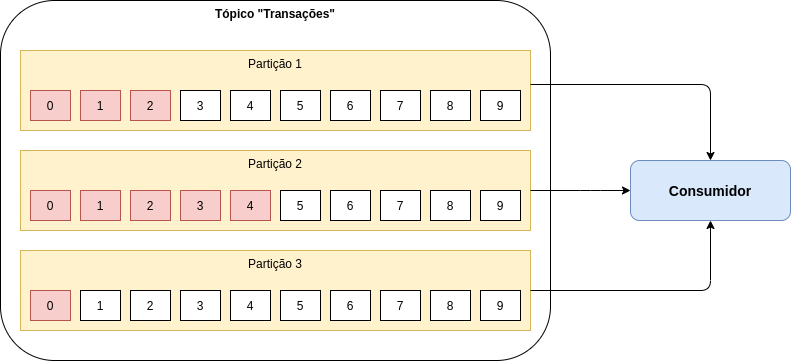
Earlier version of the draw.io export images/kafka-005.png (zup-academy/nosso-cartao-documentacao). Source tidied: cells renumbered, new cells last; positions are measured from the earlier drawing's top-left corner, leaving out a move shared by most shapes. The source it was exported from:
```xml
<mxGraphModel>
  <root>
    <mxCell id="0" />
    <mxCell id="1" parent="0" />
    <mxCell id="2" value="&lt;b&gt;Tópico &quot;Transações&quot;&lt;/b&gt;" style="rounded=1;whiteSpace=wrap;html=1;align=center;verticalAlign=top;" parent="1" vertex="1">
      <mxGeometry width="550" height="360" as="geometry" />
    </mxCell>
    <mxCell id="3" style="group;" parent="1" vertex="1">
      <mxGeometry x="20" y="50" width="510" height="80" as="geometry" />
    </mxCell>
    <mxCell id="4" value="Partição 1" style="rounded=0;whiteSpace=wrap;html=1;align=center;fillColor=#fff2cc;strokeColor=#d6b656;verticalAlign=top;" parent="3" vertex="1">
      <mxGeometry width="510" height="80" as="geometry" />
    </mxCell>
    <mxCell id="5" value="0" style="rounded=0;whiteSpace=wrap;html=1;fillColor=#f8cecc;strokeColor=#b85450;" parent="3" vertex="1">
      <mxGeometry x="10" y="40" width="40" height="30" as="geometry" />
    </mxCell>
    <mxCell id="6" value="1" style="rounded=0;whiteSpace=wrap;html=1;fillColor=#f8cecc;strokeColor=#b85450;" parent="3" vertex="1">
      <mxGeometry x="60" y="40" width="40" height="30" as="geometry" />
    </mxCell>
    <mxCell id="7" value="2" style="rounded=0;whiteSpace=wrap;html=1;fillColor=#f8cecc;strokeColor=#b85450;" parent="3" vertex="1">
      <mxGeometry x="110" y="40" width="40" height="30" as="geometry" />
    </mxCell>
    <mxCell id="8" value="3" style="rounded=0;whiteSpace=wrap;html=1;" parent="3" vertex="1">
      <mxGeometry x="160" y="40" width="40" height="30" as="geometry" />
    </mxCell>
    <mxCell id="9" value="4" style="rounded=0;whiteSpace=wrap;html=1;" parent="3" vertex="1">
      <mxGeometry x="210" y="40" width="40" height="30" as="geometry" />
    </mxCell>
    <mxCell id="10" value="5" style="rounded=0;whiteSpace=wrap;html=1;" parent="3" vertex="1">
      <mxGeometry x="260" y="40" width="40" height="30" as="geometry" />
    </mxCell>
    <mxCell id="11" value="6" style="rounded=0;whiteSpace=wrap;html=1;" parent="3" vertex="1">
      <mxGeometry x="310" y="40" width="40" height="30" as="geometry" />
    </mxCell>
    <mxCell id="12" value="7" style="rounded=0;whiteSpace=wrap;html=1;" parent="3" vertex="1">
      <mxGeometry x="360" y="40" width="40" height="30" as="geometry" />
    </mxCell>
    <mxCell id="13" value="8" style="rounded=0;whiteSpace=wrap;html=1;" parent="3" vertex="1">
      <mxGeometry x="410" y="40" width="40" height="30" as="geometry" />
    </mxCell>
    <mxCell id="14" value="9" style="rounded=0;whiteSpace=wrap;html=1;" parent="3" vertex="1">
      <mxGeometry x="460" y="40" width="40" height="30" as="geometry" />
    </mxCell>
    <mxCell id="15" style="group;" parent="1" vertex="1">
      <mxGeometry x="20" y="150" width="510" height="80" as="geometry" />
    </mxCell>
    <mxCell id="16" value="Partição 2" style="rounded=0;whiteSpace=wrap;html=1;align=center;fillColor=#fff2cc;strokeColor=#d6b656;verticalAlign=top;" parent="15" vertex="1">
      <mxGeometry width="510" height="80" as="geometry" />
    </mxCell>
    <mxCell id="17" value="0" style="rounded=0;whiteSpace=wrap;html=1;fillColor=#f8cecc;strokeColor=#b85450;" parent="15" vertex="1">
      <mxGeometry x="10" y="40" width="40" height="30" as="geometry" />
    </mxCell>
    <mxCell id="18" value="1" style="rounded=0;whiteSpace=wrap;html=1;fillColor=#f8cecc;strokeColor=#b85450;" parent="15" vertex="1">
      <mxGeometry x="60" y="40" width="40" height="30" as="geometry" />
    </mxCell>
    <mxCell id="19" value="2" style="rounded=0;whiteSpace=wrap;html=1;fillColor=#f8cecc;strokeColor=#b85450;" parent="15" vertex="1">
      <mxGeometry x="110" y="40" width="40" height="30" as="geometry" />
    </mxCell>
    <mxCell id="20" value="3" style="rounded=0;whiteSpace=wrap;html=1;fillColor=#f8cecc;strokeColor=#b85450;" parent="15" vertex="1">
      <mxGeometry x="160" y="40" width="40" height="30" as="geometry" />
    </mxCell>
    <mxCell id="21" value="4" style="rounded=0;whiteSpace=wrap;html=1;fillColor=#f8cecc;strokeColor=#b85450;" parent="15" vertex="1">
      <mxGeometry x="210" y="40" width="40" height="30" as="geometry" />
    </mxCell>
    <mxCell id="22" value="5" style="rounded=0;whiteSpace=wrap;html=1;" parent="15" vertex="1">
      <mxGeometry x="260" y="40" width="40" height="30" as="geometry" />
    </mxCell>
    <mxCell id="23" value="6" style="rounded=0;whiteSpace=wrap;html=1;" parent="15" vertex="1">
      <mxGeometry x="310" y="40" width="40" height="30" as="geometry" />
    </mxCell>
    <mxCell id="24" value="7" style="rounded=0;whiteSpace=wrap;html=1;" parent="15" vertex="1">
      <mxGeometry x="360" y="40" width="40" height="30" as="geometry" />
    </mxCell>
    <mxCell id="25" value="8" style="rounded=0;whiteSpace=wrap;html=1;" parent="15" vertex="1">
      <mxGeometry x="410" y="40" width="40" height="30" as="geometry" />
    </mxCell>
    <mxCell id="26" value="9" style="rounded=0;whiteSpace=wrap;html=1;" parent="15" vertex="1">
      <mxGeometry x="460" y="40" width="40" height="30" as="geometry" />
    </mxCell>
    <mxCell id="27" style="group;" parent="1" vertex="1">
      <mxGeometry x="20" y="250" width="510" height="80" as="geometry" />
    </mxCell>
    <mxCell id="28" value="Partição 3" style="rounded=0;whiteSpace=wrap;html=1;align=center;fillColor=#fff2cc;strokeColor=#d6b656;verticalAlign=top;" parent="27" vertex="1">
      <mxGeometry width="510" height="80" as="geometry" />
    </mxCell>
    <mxCell id="29" value="0" style="rounded=0;whiteSpace=wrap;html=1;fillColor=#f8cecc;strokeColor=#b85450;" parent="27" vertex="1">
      <mxGeometry x="10" y="40" width="40" height="30" as="geometry" />
    </mxCell>
    <mxCell id="30" value="1" style="rounded=0;whiteSpace=wrap;html=1;" parent="27" vertex="1">
      <mxGeometry x="60" y="40" width="40" height="30" as="geometry" />
    </mxCell>
    <mxCell id="31" value="2" style="rounded=0;whiteSpace=wrap;html=1;" parent="27" vertex="1">
      <mxGeometry x="110" y="40" width="40" height="30" as="geometry" />
    </mxCell>
    <mxCell id="32" value="3" style="rounded=0;whiteSpace=wrap;html=1;" parent="27" vertex="1">
      <mxGeometry x="160" y="40" width="40" height="30" as="geometry" />
    </mxCell>
    <mxCell id="33" value="4" style="rounded=0;whiteSpace=wrap;html=1;" parent="27" vertex="1">
      <mxGeometry x="210" y="40" width="40" height="30" as="geometry" />
    </mxCell>
    <mxCell id="34" value="5" style="rounded=0;whiteSpace=wrap;html=1;" parent="27" vertex="1">
      <mxGeometry x="260" y="40" width="40" height="30" as="geometry" />
    </mxCell>
    <mxCell id="35" value="6" style="rounded=0;whiteSpace=wrap;html=1;" parent="27" vertex="1">
      <mxGeometry x="310" y="40" width="40" height="30" as="geometry" />
    </mxCell>
    <mxCell id="36" value="7" style="rounded=0;whiteSpace=wrap;html=1;" parent="27" vertex="1">
      <mxGeometry x="360" y="40" width="40" height="30" as="geometry" />
    </mxCell>
    <mxCell id="37" value="8" style="rounded=0;whiteSpace=wrap;html=1;" parent="27" vertex="1">
      <mxGeometry x="410" y="40" width="40" height="30" as="geometry" />
    </mxCell>
    <mxCell id="38" value="9" style="rounded=0;whiteSpace=wrap;html=1;" parent="27" vertex="1">
      <mxGeometry x="460" y="40" width="40" height="30" as="geometry" />
    </mxCell>
    <mxCell id="39" value="Consumidor" style="rounded=1;whiteSpace=wrap;html=1;fontSize=14;fontStyle=1;fillColor=#dae8fc;strokeColor=#6c8ebf;" parent="1" vertex="1">
      <mxGeometry x="630" y="160" width="160" height="60" as="geometry" />
    </mxCell>
    <mxCell id="40" style="endArrow=classic;html=1;fontSize=14;exitX=1;exitY=0.425;exitDx=0;exitDy=0;exitPerimeter=0;entryX=0.5;entryY=0;entryDx=0;entryDy=0;" parent="1" edge="1" source="4" target="39">
      <mxGeometry relative="1" as="geometry">
        <Array as="points">
          <mxPoint x="710" y="84" />
        </Array>
      </mxGeometry>
    </mxCell>
    <mxCell id="41" style="endArrow=classic;html=1;fontSize=14;exitX=1;exitY=0.5;exitDx=0;exitDy=0;entryX=0;entryY=0.5;entryDx=0;entryDy=0;" parent="1" edge="1" source="16" target="39">
      <mxGeometry relative="1" as="geometry">
        <Array as="points">
          <mxPoint x="590" y="190" />
        </Array>
      </mxGeometry>
    </mxCell>
    <mxCell id="42" style="endArrow=classic;html=1;fontSize=14;exitX=1;exitY=0.5;exitDx=0;exitDy=0;entryX=0.5;entryY=1;entryDx=0;entryDy=0;" parent="1" edge="1" source="28" target="39">
      <mxGeometry relative="1" as="geometry">
        <Array as="points">
          <mxPoint x="710" y="290" />
        </Array>
      </mxGeometry>
    </mxCell>
  </root>
</mxGraphModel>
```
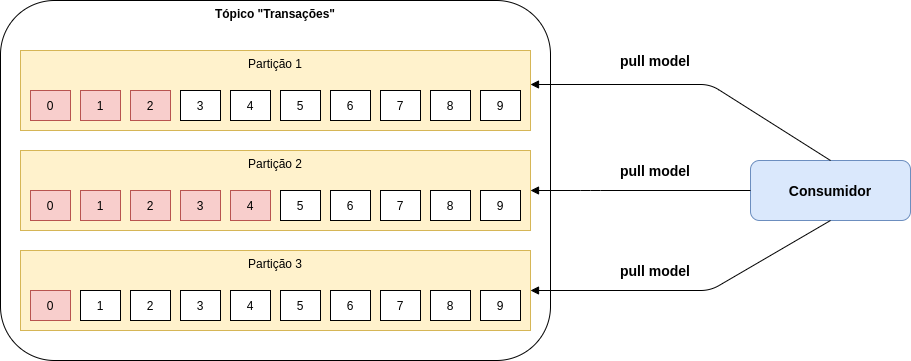
After the change.

Commit message:
Kafka - Consumidor

Diff of the diagram source:
```diff
@@ -114,28 +114,37 @@
       <mxGeometry x="460" y="40" width="40" height="30" as="geometry" />
     </mxCell>
     <mxCell id="39" value="Consumidor" style="rounded=1;whiteSpace=wrap;html=1;fontSize=14;fontStyle=1;fillColor=#dae8fc;strokeColor=#6c8ebf;" parent="1" vertex="1">
-      <mxGeometry x="630" y="160" width="160" height="60" as="geometry" />
+      <mxGeometry x="750" y="160" width="160" height="60" as="geometry" />
     </mxCell>
-    <mxCell id="40" style="endArrow=classic;html=1;fontSize=14;exitX=1;exitY=0.425;exitDx=0;exitDy=0;exitPerimeter=0;entryX=0.5;entryY=0;entryDx=0;entryDy=0;" parent="1" edge="1" source="4" target="39">
+    <mxCell id="40" style="endArrow=none;html=1;fontSize=14;exitX=1;exitY=0.425;exitDx=0;exitDy=0;exitPerimeter=0;entryX=0.5;entryY=0;entryDx=0;entryDy=0;startArrow=block;startFill=1;endFill=0;" parent="1" edge="1" source="4" target="39">
       <mxGeometry relative="1" as="geometry">
         <Array as="points">
           <mxPoint x="710" y="84" />
         </Array>
       </mxGeometry>
     </mxCell>
-    <mxCell id="41" style="endArrow=classic;html=1;fontSize=14;exitX=1;exitY=0.5;exitDx=0;exitDy=0;entryX=0;entryY=0.5;entryDx=0;entryDy=0;" parent="1" edge="1" source="16" target="39">
+    <mxCell id="41" style="endArrow=none;html=1;fontSize=14;exitX=1;exitY=0.5;exitDx=0;exitDy=0;entryX=0;entryY=0.5;entryDx=0;entryDy=0;startArrow=block;startFill=1;endFill=0;" parent="1" edge="1" source="16" target="39">
       <mxGeometry relative="1" as="geometry">
         <Array as="points">
           <mxPoint x="590" y="190" />
         </Array>
       </mxGeometry>
     </mxCell>
-    <mxCell id="42" style="endArrow=classic;html=1;fontSize=14;exitX=1;exitY=0.5;exitDx=0;exitDy=0;entryX=0.5;entryY=1;entryDx=0;entryDy=0;" parent="1" edge="1" source="28" target="39">
+    <mxCell id="42" style="endArrow=none;html=1;fontSize=14;exitX=1;exitY=0.5;exitDx=0;exitDy=0;entryX=0.5;entryY=1;entryDx=0;entryDy=0;startArrow=block;startFill=1;endFill=0;" parent="1" edge="1" source="28" target="39">
       <mxGeometry relative="1" as="geometry">
         <Array as="points">
           <mxPoint x="710" y="290" />
         </Array>
       </mxGeometry>
     </mxCell>
+    <mxCell id="43" value="pull model" style="text;html=1;strokeColor=none;fillColor=none;align=center;verticalAlign=middle;whiteSpace=wrap;rounded=0;fontStyle=1;fontSize=14;" parent="1" vertex="1">
+      <mxGeometry x="610" y="50" width="90" height="20" as="geometry" />
+    </mxCell>
+    <mxCell id="44" value="pull model" style="text;html=1;strokeColor=none;fillColor=none;align=center;verticalAlign=middle;whiteSpace=wrap;rounded=0;fontStyle=1;fontSize=14;" parent="1" vertex="1">
+      <mxGeometry x="610" y="160" width="90" height="20" as="geometry" />
+    </mxCell>
+    <mxCell id="45" value="pull model" style="text;html=1;strokeColor=none;fillColor=none;align=center;verticalAlign=middle;whiteSpace=wrap;rounded=0;fontStyle=1;fontSize=14;" parent="1" vertex="1">
+      <mxGeometry x="610" y="260" width="90" height="20" as="geometry" />
+    </mxCell>
   </root>
 </mxGraphModel>
```
